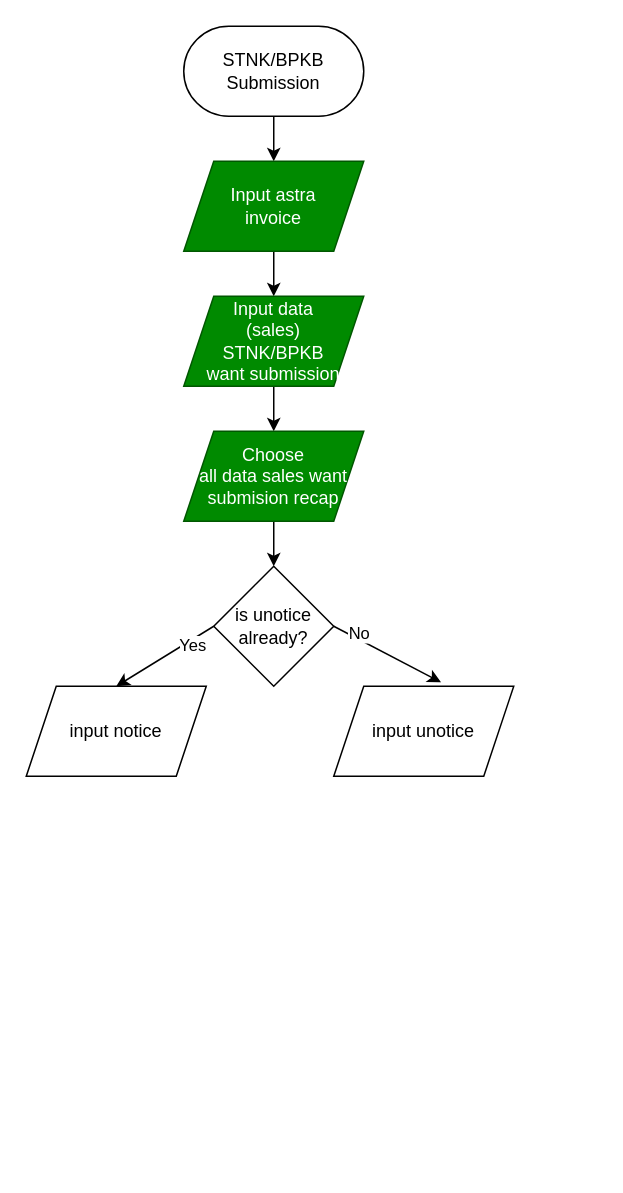
The draw.io diagram page "STNK/BPKB" (3 of 3) of flowDiagram.drawio in hondaprimadev/Honda-Prima, before the edit. Source tidied: cells renumbered, new cells numbered last; positions are measured from the earlier drawing's top-left corner, leaving out a move shared by most shapes. Both pictures are drawn from the tidied source at 150%, with x=0, y=0 at pixel (26, 26).
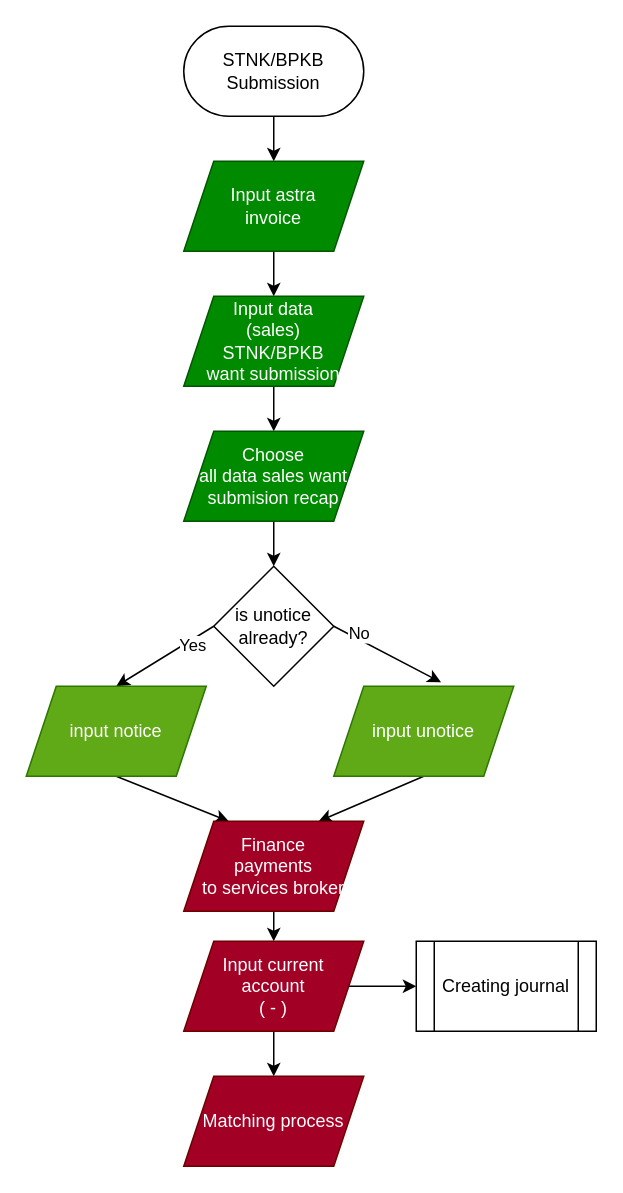
Above is the later version.

Diff of the diagram source:
```diff
@@
+    <mxCell id="17" style="edgeStyle=none;html=1;exitX=0.5;exitY=1;exitDx=0;exitDy=0;entryX=0.25;entryY=0;entryDx=0;entryDy=0;" parent="1" edge="1" source="15" target="20">
+      <mxGeometry relative="1" as="geometry" />
+    </mxCell>
-    <mxCell id="15" value="input notice" style="shape=parallelogram;perimeter=parallelogramPerimeter;whiteSpace=wrap;html=1;fixedSize=1;" parent="1" vertex="1">
+    <mxCell id="15" value="input notice" style="shape=parallelogram;perimeter=parallelogramPerimeter;whiteSpace=wrap;html=1;fixedSize=1;fillColor=#60a917;fontColor=#ffffff;strokeColor=#2D7600;" parent="1" vertex="1">
       <mxGeometry y="440" width="120" height="60" as="geometry" />
     </mxCell>
+    <mxCell id="18" style="edgeStyle=none;html=1;exitX=0.5;exitY=1;exitDx=0;exitDy=0;entryX=0.75;entryY=0;entryDx=0;entryDy=0;" parent="1" edge="1" source="16" target="20">
+      <mxGeometry relative="1" as="geometry" />
+    </mxCell>
-    <mxCell id="16" value="input unotice" style="shape=parallelogram;perimeter=parallelogramPerimeter;whiteSpace=wrap;html=1;fixedSize=1;" parent="1" vertex="1">
+    <mxCell id="16" value="input unotice" style="shape=parallelogram;perimeter=parallelogramPerimeter;whiteSpace=wrap;html=1;fixedSize=1;fillColor=#60a917;fontColor=#ffffff;strokeColor=#2D7600;" parent="1" vertex="1">
       <mxGeometry x="205" y="440" width="120" height="60" as="geometry" />
     </mxCell>
+    <mxCell id="19" style="edgeStyle=none;html=1;" parent="1" edge="1" source="20" target="23">
+      <mxGeometry relative="1" as="geometry" />
+    </mxCell>
+    <mxCell id="20" value="Finance&lt;br&gt;payments&lt;br&gt;to services broker" style="shape=parallelogram;perimeter=parallelogramPerimeter;whiteSpace=wrap;html=1;fixedSize=1;fillColor=#a20025;fontColor=#ffffff;strokeColor=#6F0000;" parent="1" vertex="1">
+      <mxGeometry x="105" y="530" width="120" height="60" as="geometry" />
+    </mxCell>
+    <mxCell id="21" style="edgeStyle=none;html=1;" parent="1" edge="1" source="23" target="24">
+      <mxGeometry relative="1" as="geometry" />
+    </mxCell>
+    <mxCell id="22" style="edgeStyle=none;html=1;" parent="1" edge="1" source="23" target="25">
+      <mxGeometry relative="1" as="geometry" />
+    </mxCell>
+    <mxCell id="23" value="Input current&lt;br&gt;account&lt;br&gt;( - )" style="shape=parallelogram;perimeter=parallelogramPerimeter;whiteSpace=wrap;html=1;fixedSize=1;fillColor=#a20025;strokeColor=#6F0000;fontColor=#ffffff;" parent="1" vertex="1">
+      <mxGeometry x="105" y="610" width="120" height="60" as="geometry" />
+    </mxCell>
+    <mxCell id="24" value="Matching process" style="shape=parallelogram;perimeter=parallelogramPerimeter;whiteSpace=wrap;html=1;fixedSize=1;fillColor=#a20025;strokeColor=#6F0000;fontColor=#ffffff;" parent="1" vertex="1">
+      <mxGeometry x="105" y="700" width="120" height="60" as="geometry" />
+    </mxCell>
+    <mxCell id="25" value="Creating journal" style="shape=process;whiteSpace=wrap;html=1;backgroundOutline=1;" parent="1" vertex="1">
+      <mxGeometry x="260" y="610" width="120" height="60" as="geometry" />
+    </mxCell>
```
